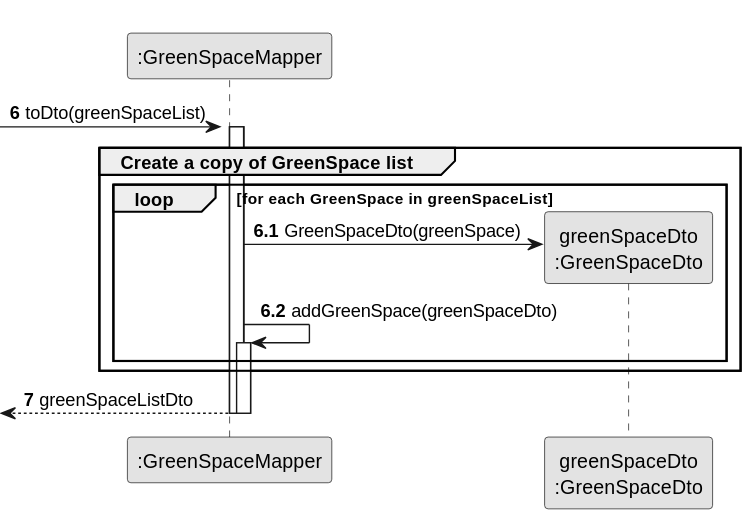
diogoveirospro/lei-24-s2-1dg-g072 keeps this PlantUML diagram as docs/sprintC/us027/03.design/svg/us027-sequence-diagram-partial-create-a-copy-of-GreenSpace-list.svg. Above is the earlier version.
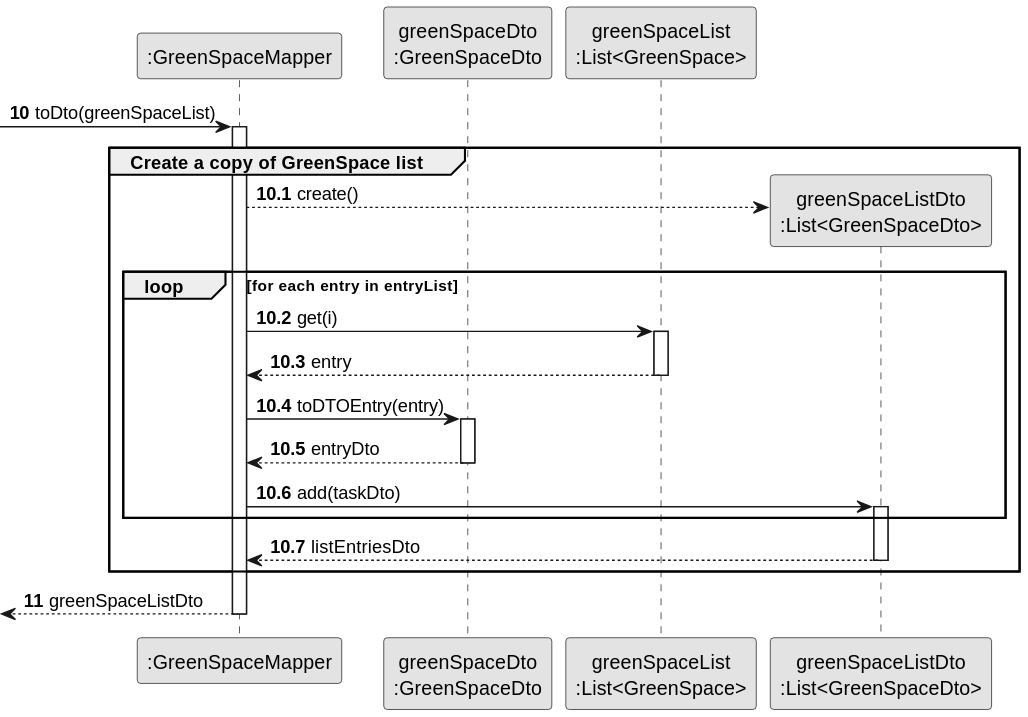
The same file after the commit.

Diff of the diagram source:
```diff
@@ -8,31 +8,39 @@
 
 participant ":GreenSpaceMapper" as Mapper
 participant "greenSpaceDto\n:GreenSpaceDto" as DTO
+participant "greenSpaceList\n:List<GreenSpace>" as greenSpaceList
+participant "greenSpaceListDto\n:List<GreenSpaceDto>" as LISTDTO
 
-autonumber 6
+autonumber 10
 
  -> Mapper : toDto(greenSpaceList)
-autonumber 6.1
+autonumber 10.1
 activate Mapper
     group Create a copy of GreenSpace list
-        activate Mapper
-                            loop for each GreenSpace in greenSpaceList
 
-                                Mapper -> DTO** : GreenSpaceDto(greenSpace)
+            Mapper --> LISTDTO** : create()
+                loop for each entry in entryList
+                    Mapper -> greenSpaceList : get(i)
+                        activate greenSpaceList
 
-                                Mapper -> Mapper : addGreenSpace(greenSpaceDto)
-                                activate Mapper
-                            end
+                        greenSpaceList --> Mapper : entry
+                        deactivate greenSpaceList
+                    Mapper -> DTO : toDTOEntry(entry)
+                        activate DTO
+
+                        DTO --> Mapper : entryDto
+                        deactivate DTO
+                    Mapper -> LISTDTO : add(taskDto)
+                        activate LISTDTO
+                end
 
 
-
-
-
+            LISTDTO --> Mapper : listEntriesDto
+             deactivate LISTDTO
     end
-    autonumber 7
+    autonumber 11
 
     <-- Mapper  : greenSpaceListDto
-deactivate Mapper
 
 deactivate Mapper
 
```
